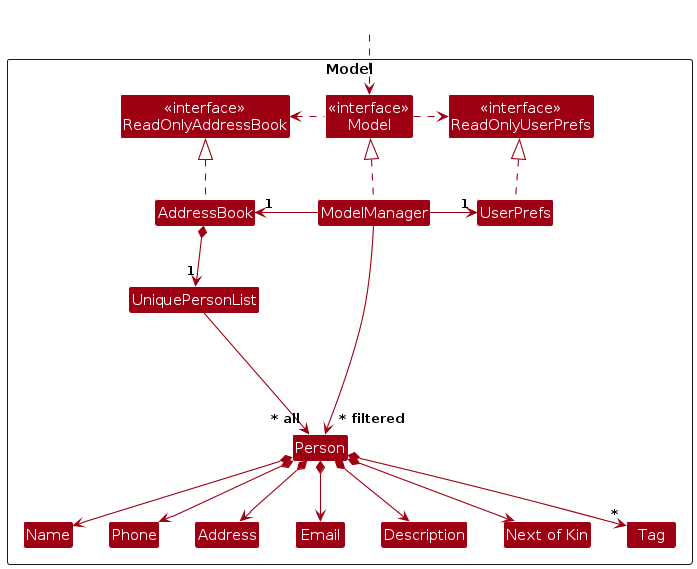
Before: diagrams/ModelClassDiagram.png, a diagram exported from PlantUML (Rishit02/tp). Its source is kept beside it as diagrams/ModelClassDiagram.puml. Its diagram source:
```plantuml
@startuml
!include style.puml
skinparam arrowThickness 1.1
skinparam arrowColor MODEL_COLOR
skinparam classBackgroundColor MODEL_COLOR

Package Model as ModelPackage <<Rectangle>>{
Class "<<interface>>\nReadOnlyAddressBook" as ReadOnlyAddressBook
Class "<<interface>>\nReadOnlyUserPrefs" as ReadOnlyUserPrefs
Class "<<interface>>\nModel" as Model
Class AddressBook
Class ModelManager
Class UserPrefs

Class UniquePersonList
Class Person
Class Address
Class Email
Class Name
Class Phone
Class Description
Class "Next of Kin"
Class Tag

Class I #FFFFFF
}

Class HiddenOutside #FFFFFF
HiddenOutside ..> Model

AddressBook .up.|> ReadOnlyAddressBook

ModelManager .up.|> Model
Model .right.> ReadOnlyUserPrefs
Model .left.> ReadOnlyAddressBook
ModelManager -left-> "1" AddressBook
ModelManager -right-> "1" UserPrefs
UserPrefs .up.|> ReadOnlyUserPrefs

AddressBook *--> "1" UniquePersonList
UniquePersonList --> "~* all" Person
Person *--> Name
Person *--> Phone
Person *--> Email
Person *--> Address
Person *--> Description
Person *--> "Next of Kin"
Person *--> "*" Tag

Person -[hidden]up--> I
UniquePersonList -[hidden]right-> I

Name -[hidden]right-> Phone
Phone -[hidden]right-> Address
Address -[hidden]right-> Email

ModelManager --> "~* filtered" Person
@enduml
```
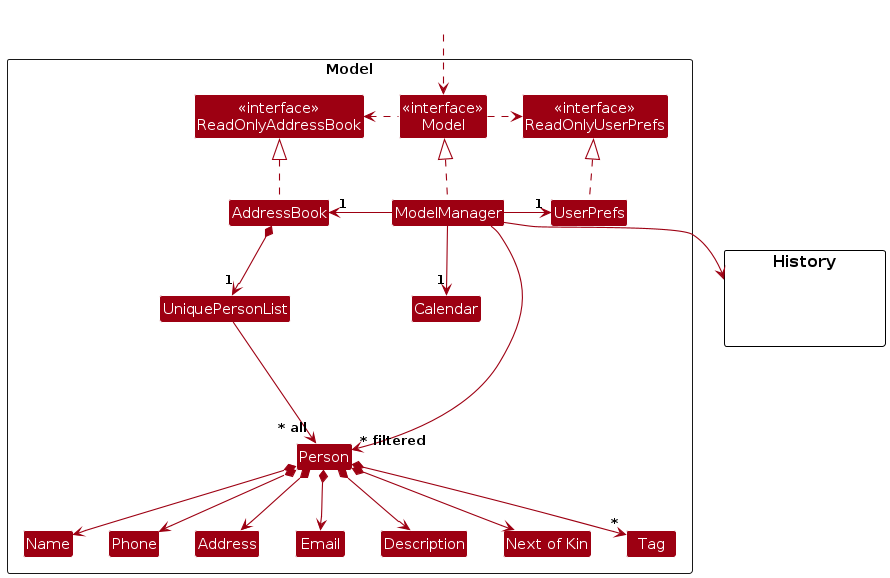
Later version of the same file.

The edit, as a diff of the source:
```diff
@@ -11,6 +11,7 @@
 Class AddressBook
 Class ModelManager
 Class UserPrefs
+Class Calendar
 
 Class UniquePersonList
 Class Person
@@ -25,6 +26,10 @@
 Class I #FFFFFF
 }
 
+Package History {
+Class HiddenClass #FFFFFF
+}
+
 Class HiddenOutside #FFFFFF
 HiddenOutside ..> Model
 
@@ -35,7 +40,9 @@
 Model .left.> ReadOnlyAddressBook
 ModelManager -left-> "1" AddressBook
 ModelManager -right-> "1" UserPrefs
+ModelManager --> "1" Calendar
 UserPrefs .up.|> ReadOnlyUserPrefs
+ModelManager --> History
 
 AddressBook *--> "1" UniquePersonList
 UniquePersonList --> "~* all" Person
```
